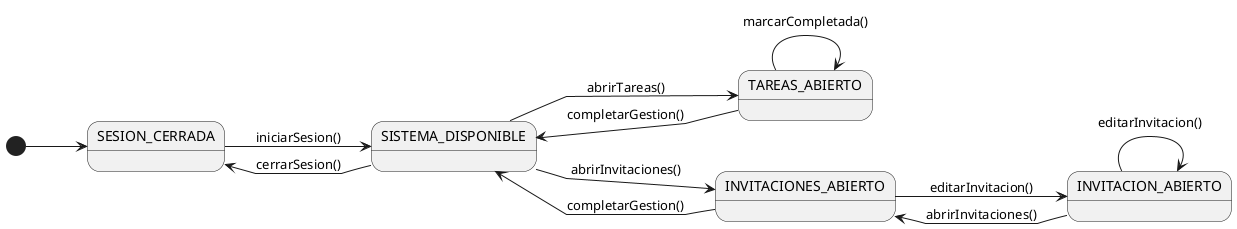
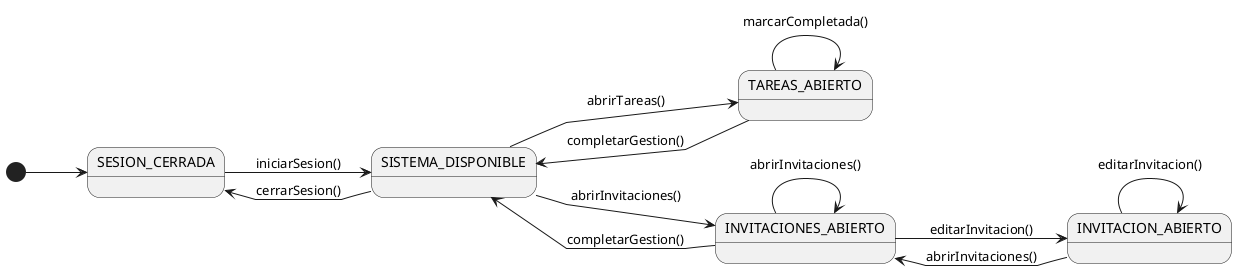
@startuml DiagramaContextoMiembro
left to right direction
skinparam linetype polyline

state "SESION_CERRADA" as NoAuth
state "SISTEMA_DISPONIBLE" as Menu

state "TAREAS_ABIERTO" as ListProgramas

state "INVITACIONES_ABIERTO" as ListInvitaciones
state "INVITACION_ABIERTO" as EditInvitacion

[*] --> NoAuth

NoAuth --> Menu : iniciarSesion()

Menu --> NoAuth : cerrarSesion()
Menu --> ListProgramas: abrirTareas()
Menu --> ListInvitaciones: abrirInvitaciones()

ListProgramas --> ListProgramas: marcarCompletada()
ListProgramas --> Menu: completarGestion()

ListInvitaciones --> EditInvitacion: editarInvitacion()
ListInvitaciones --> Menu: completarGestion()
+ ListInvitaciones --> ListInvitaciones: abrirInvitaciones()
+ 

EditInvitacion --> ListInvitaciones: abrirInvitaciones()
EditInvitacion --> EditInvitacion: editarInvitacion()
@enduml